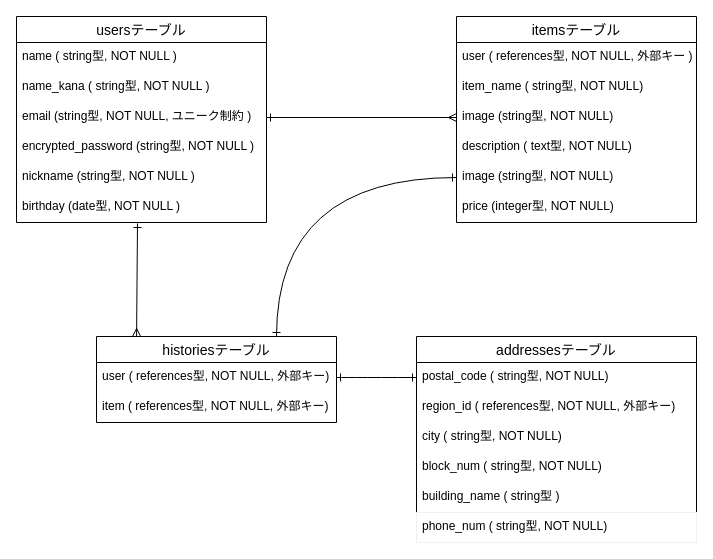
This is .dio from figsday/furima-36907, a draw.io file, before an edit. Source tidied: cells renumbered, new cells numbered last; positions are measured from the earlier drawing's top-left corner, leaving out a move shared by most shapes. Both pictures are drawn from the tidied source at 100%, with x=0, y=0 at pixel (16, 16).
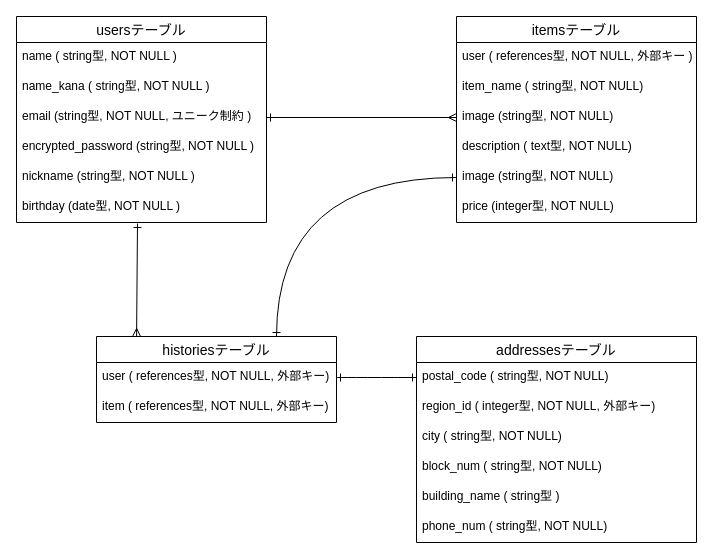
After the change.

Commit message:
データベース修正4

Unchanged cells that the change refers to:
```xml
<mxCell id="21" value="addressesテーブル" style="swimlane;fontStyle=0;horizontal=1;startSize=26;align=center;fontSize=14;" parent="1" vertex="1">
  <mxGeometry x="400" y="320" width="280" height="206" as="geometry" />
</mxCell>
```

The edit, as a diff of the source:
```diff
@@
-    <mxCell id="23" value="region_id ( references型, NOT NULL, 外部キー)" style="text;strokeColor=none;fillColor=none;spacingLeft=4;spacingRight=4;overflow=hidden;fontSize=12;" parent="21" vertex="1">
+    <mxCell id="23" value="region_id ( integer型, NOT NULL, 外部キー)" style="text;strokeColor=none;fillColor=none;spacingLeft=4;spacingRight=4;overflow=hidden;fontSize=12;" parent="21" vertex="1">
       <mxGeometry y="56" width="280" height="30" as="geometry" />
     </mxCell>
@@
-    <mxCell id="27" value="phone_num ( string型, NOT NULL)" style="text;fillColor=none;spacingLeft=4;spacingRight=4;overflow=hidden;fontSize=12;strokeColor=#f0f0f0;" parent="21" vertex="1">
+    <mxCell id="27" value="phone_num ( string型, NOT NULL)" style="text;strokeColor=none;fillColor=none;spacingLeft=4;spacingRight=4;overflow=hidden;fontSize=12;" parent="21" vertex="1">
       <mxGeometry y="176" width="280" height="30" as="geometry" />
     </mxCell>
```
